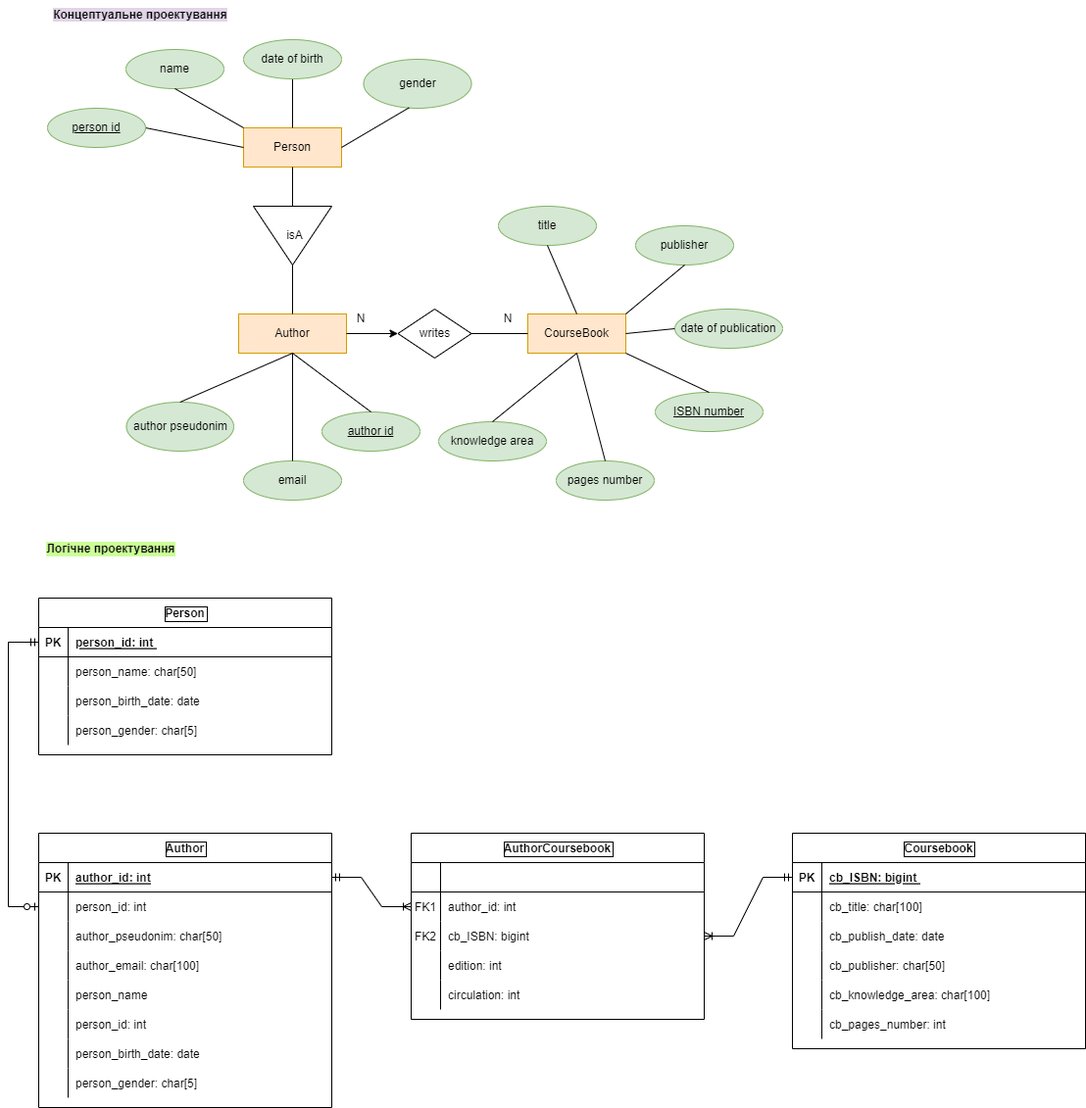
The draw.io diagram data_base/5_semester/lab_1/book_author.png in AnnaBozhenko/UniversityProjects, before a commit. Source tidied: cells renumbered, new cells last; positions are measured from the earlier drawing's top-left corner, leaving out a move shared by most shapes.
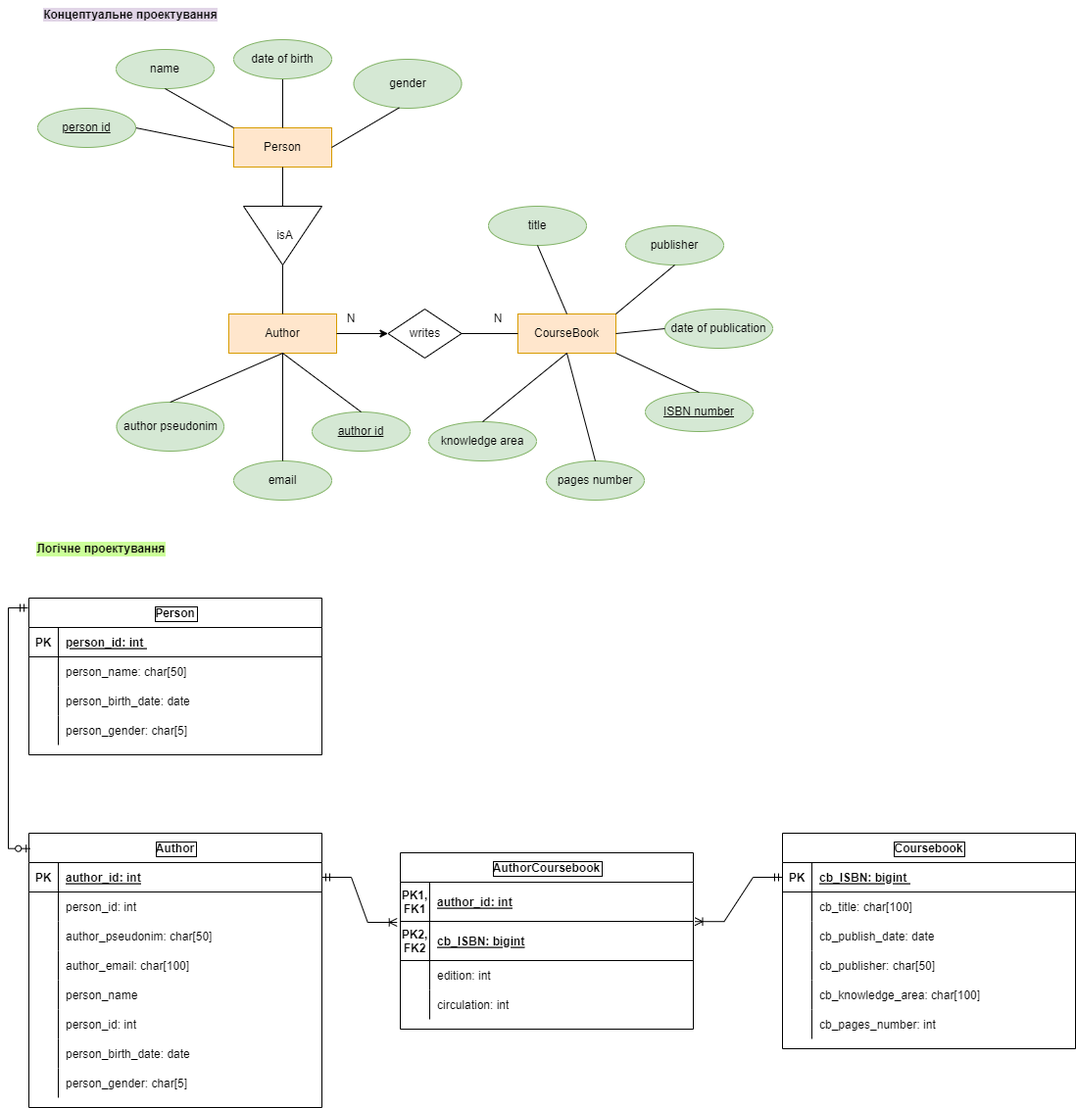
After the commit.

Commit message:
Logical Author_Coursebook design was altered, composite primary key added.

What changed in the source:
```diff
@@ -2,14 +2,6 @@
   <root>
     <mxCell id="0" />
     <mxCell id="1" parent="0" />
-    <mxCell id="2" style="edgeStyle=orthogonalEdgeStyle;fontSize=12;html=1;endArrow=ERzeroToOne;startArrow=ERmandOne;rounded=0;exitX=0;exitY=0.5;exitDx=0;exitDy=0;entryX=0;entryY=0.5;entryDx=0;entryDy=0;" parent="1" edge="1" source="23" target="43">
-      <mxGeometry relative="1" as="geometry">
-        <Array as="points">
-          <mxPoint y="655" />
-          <mxPoint y="925" />
-        </Array>
-      </mxGeometry>
-    </mxCell>
     <mxCell id="3" value="Person" style="whiteSpace=wrap;html=1;align=center;labelBackgroundColor=none;fillColor=#ffe6cc;strokeColor=#d79b00;" parent="1" vertex="1">
       <mxGeometry x="240" y="130" width="100" height="40" as="geometry" />
     </mxCell>
@@ -264,64 +256,16 @@
     <mxCell id="86" style="endArrow=none;html=1;rounded=0;exitX=0.5;exitY=1;exitDx=0;exitDy=0;entryX=0.5;entryY=0;entryDx=0;entryDy=0;" parent="1" edge="1" source="12" target="85">
       <mxGeometry relative="1" as="geometry" />
     </mxCell>
-    <mxCell id="87" value="AuthorCoursebook" style="shape=table;startSize=30;rowLines=0;fontStyle=1;align=center;labelBackgroundColor=none;labelBorderColor=default;" parent="1" vertex="1">
-      <mxGeometry x="411" y="850" width="299" height="190" as="geometry" />
-    </mxCell>
-    <mxCell id="88" style="shape=tableRow;horizontal=0;startSize=0;swimlaneHead=0;swimlaneBody=0;fillColor=none;top=0;left=0;right=0;bottom=1;labelBackgroundColor=none;" parent="87" vertex="1">
-      <mxGeometry y="30" width="299" height="30" as="geometry" />
-    </mxCell>
-    <mxCell id="89" style="shape=partialRectangle;fillColor=none;top=0;left=0;bottom=0;right=0;fontStyle=1;overflow=hidden;labelBackgroundColor=none;" parent="88" vertex="1">
-      <mxGeometry width="30" height="30" as="geometry" />
-    </mxCell>
-    <mxCell id="90" style="shape=partialRectangle;fillColor=none;top=0;left=0;bottom=0;right=0;align=left;spacingLeft=6;fontStyle=5;overflow=hidden;labelBackgroundColor=none;" parent="88" vertex="1">
-      <mxGeometry x="30" width="269" height="30" as="geometry" />
-    </mxCell>
-    <mxCell id="91" style="shape=tableRow;horizontal=0;startSize=0;swimlaneHead=0;swimlaneBody=0;fillColor=none;points=[[0,0.5],[1,0.5]];portConstraint=eastwest;top=0;left=0;right=0;bottom=0;labelBackgroundColor=#CCFF99;" parent="87" vertex="1">
-      <mxGeometry y="60" width="299" height="30" as="geometry" />
-    </mxCell>
-    <mxCell id="92" value="FK1" style="shape=partialRectangle;fillColor=none;top=0;left=0;bottom=0;right=0;overflow=hidden;labelBackgroundColor=none;" parent="91" vertex="1">
-      <mxGeometry width="30" height="30" as="geometry" />
-    </mxCell>
-    <mxCell id="93" value="author_id: int " style="shape=partialRectangle;fillColor=none;top=0;left=0;bottom=0;right=0;align=left;spacingLeft=6;overflow=hidden;labelBackgroundColor=none;" parent="91" vertex="1">
-      <mxGeometry x="30" width="269" height="30" as="geometry" />
-    </mxCell>
-    <mxCell id="94" style="shape=tableRow;horizontal=0;startSize=0;swimlaneHead=0;swimlaneBody=0;fillColor=none;points=[[0,0.5],[1,0.5]];portConstraint=eastwest;top=0;left=0;right=0;bottom=0;labelBackgroundColor=#CCFF99;" parent="87" vertex="1">
-      <mxGeometry y="90" width="299" height="30" as="geometry" />
-    </mxCell>
-    <mxCell id="95" value="FK2" style="shape=partialRectangle;fillColor=none;top=0;left=0;bottom=0;right=0;overflow=hidden;labelBackgroundColor=none;" parent="94" vertex="1">
-      <mxGeometry width="30" height="30" as="geometry" />
-    </mxCell>
-    <mxCell id="96" value="cb_ISBN: bigint " style="shape=partialRectangle;fillColor=none;top=0;left=0;bottom=0;right=0;align=left;spacingLeft=6;overflow=hidden;labelBackgroundColor=none;" parent="94" vertex="1">
-      <mxGeometry x="30" width="269" height="30" as="geometry" />
-    </mxCell>
-    <mxCell id="97" style="shape=tableRow;horizontal=0;startSize=0;swimlaneHead=0;swimlaneBody=0;fillColor=none;top=0;left=0;right=0;bottom=0;labelBackgroundColor=#CCFF99;" parent="87" vertex="1">
-      <mxGeometry y="120" width="299" height="30" as="geometry" />
-    </mxCell>
-    <mxCell id="98" style="shape=partialRectangle;fillColor=none;top=0;left=0;bottom=0;right=0;overflow=hidden;labelBackgroundColor=none;" parent="97" vertex="1">
-      <mxGeometry width="30" height="30" as="geometry" />
-    </mxCell>
-    <mxCell id="99" value="edition: int" style="shape=partialRectangle;fillColor=none;top=0;left=0;bottom=0;right=0;align=left;spacingLeft=6;overflow=hidden;labelBackgroundColor=none;" parent="97" vertex="1">
-      <mxGeometry x="30" width="269" height="30" as="geometry" />
-    </mxCell>
-    <mxCell id="100" style="shape=tableRow;horizontal=0;startSize=0;swimlaneHead=0;swimlaneBody=0;fillColor=none;top=0;left=0;right=0;bottom=0;labelBackgroundColor=#CCFF99;" parent="87" vertex="1">
-      <mxGeometry y="150" width="299" height="30" as="geometry" />
-    </mxCell>
-    <mxCell id="101" style="shape=partialRectangle;fillColor=none;top=0;left=0;bottom=0;right=0;overflow=hidden;labelBackgroundColor=none;" parent="100" vertex="1">
-      <mxGeometry width="30" height="30" as="geometry" />
-    </mxCell>
-    <mxCell id="102" value="circulation: int" style="shape=partialRectangle;fillColor=none;top=0;left=0;bottom=0;right=0;align=left;spacingLeft=6;overflow=hidden;labelBackgroundColor=none;" parent="100" vertex="1">
-      <mxGeometry x="30" width="269" height="30" as="geometry" />
-    </mxCell>
     <mxCell id="103" value="email" style="ellipse;whiteSpace=wrap;html=1;align=center;fillColor=#d5e8d4;strokeColor=#82b366;" parent="1" vertex="1">
       <mxGeometry x="240" y="470" width="100" height="40" as="geometry" />
     </mxCell>
     <mxCell id="104" style="endArrow=none;html=1;rounded=0;entryX=0.5;entryY=1;entryDx=0;entryDy=0;exitX=0.5;exitY=0;exitDx=0;exitDy=0;" parent="1" edge="1" source="103" target="12">
       <mxGeometry relative="1" as="geometry" />
     </mxCell>
-    <mxCell id="105" style="edgeStyle=entityRelationEdgeStyle;fontSize=12;html=1;endArrow=ERoneToMany;startArrow=ERmandOne;rounded=0;exitX=1;exitY=0.5;exitDx=0;exitDy=0;entryX=0;entryY=0.5;entryDx=0;entryDy=0;" parent="1" edge="1" source="40" target="91">
+    <mxCell id="105" style="edgeStyle=entityRelationEdgeStyle;fontSize=12;html=1;endArrow=ERoneToMany;startArrow=ERmandOne;rounded=0;exitX=1;exitY=0.5;exitDx=0;exitDy=0;entryX=-0.011;entryY=0.025;entryDx=0;entryDy=0;entryPerimeter=0;" parent="1" edge="1" source="40" target="120">
       <mxGeometry relative="1" as="geometry" />
     </mxCell>
-    <mxCell id="106" style="edgeStyle=entityRelationEdgeStyle;fontSize=12;html=1;endArrow=ERoneToMany;startArrow=ERmandOne;rounded=0;exitX=0;exitY=0.5;exitDx=0;exitDy=0;entryX=1;entryY=0.5;entryDx=0;entryDy=0;" parent="1" edge="1" source="65" target="94">
+    <mxCell id="106" style="edgeStyle=entityRelationEdgeStyle;fontSize=12;html=1;endArrow=ERoneToMany;startArrow=ERmandOne;rounded=0;exitX=0;exitY=0.5;exitDx=0;exitDy=0;entryX=1.005;entryY=0.005;entryDx=0;entryDy=0;entryPerimeter=0;" parent="1" edge="1" source="65" target="120">
       <mxGeometry relative="1" as="geometry" />
     </mxCell>
     <mxCell id="107" value="knowledge area" style="ellipse;whiteSpace=wrap;html=1;align=center;fillColor=#d5e8d4;strokeColor=#82b366;" parent="1" vertex="1">
@@ -359,5 +303,53 @@
     <mxCell id="117" style="endArrow=classic;html=1;rounded=0;exitX=1;exitY=0.5;exitDx=0;exitDy=0;entryX=0;entryY=0.5;entryDx=0;entryDy=0;" parent="1" edge="1" source="12" target="15">
       <mxGeometry relative="1" as="geometry" />
     </mxCell>
+    <mxCell id="87" value="AuthorCoursebook" style="shape=table;startSize=30;rowLines=0;fontStyle=1;align=center;labelBackgroundColor=none;labelBorderColor=default;" parent="1" vertex="1">
+      <mxGeometry x="410" y="870" width="299" height="180" as="geometry" />
+    </mxCell>
+    <mxCell id="118" style="shape=tableRow;horizontal=0;startSize=0;swimlaneHead=0;swimlaneBody=0;fillColor=none;top=0;left=0;right=0;bottom=1;labelBackgroundColor=none;" parent="87" vertex="1">
+      <mxGeometry y="30" width="299" height="40" as="geometry" />
+    </mxCell>
+    <mxCell id="119" value="PK1,&#10;FK1" style="shape=partialRectangle;fillColor=none;top=0;left=0;bottom=0;right=0;fontStyle=1;overflow=hidden;labelBackgroundColor=none;" parent="118" vertex="1">
+      <mxGeometry width="30" height="40" as="geometry" />
+    </mxCell>
+    <mxCell id="93" value="author_id: int" style="shape=partialRectangle;fillColor=none;top=0;left=0;bottom=0;right=0;align=left;spacingLeft=6;fontStyle=5;overflow=hidden;labelBackgroundColor=none;" parent="118" vertex="1">
+      <mxGeometry x="30" width="269" height="40" as="geometry" />
+    </mxCell>
+    <mxCell id="120" style="shape=tableRow;horizontal=0;startSize=0;swimlaneHead=0;swimlaneBody=0;fillColor=none;points=[[0,0.5],[1,0.5]];portConstraint=eastwest;top=0;left=0;right=0;bottom=1;labelBackgroundColor=none;" parent="87" vertex="1">
+      <mxGeometry y="70" width="299" height="40" as="geometry" />
+    </mxCell>
+    <mxCell id="121" value="PK2,&#10;FK2" style="shape=partialRectangle;fillColor=none;top=0;left=0;bottom=0;right=0;fontStyle=1;overflow=hidden;labelBackgroundColor=none;" parent="120" vertex="1">
+      <mxGeometry width="30" height="40" as="geometry" />
+    </mxCell>
+    <mxCell id="96" value="cb_ISBN: bigint" style="shape=partialRectangle;fillColor=none;top=0;left=0;bottom=0;right=0;align=left;spacingLeft=6;fontStyle=5;overflow=hidden;labelBackgroundColor=none;" parent="120" vertex="1">
+      <mxGeometry x="30" width="269" height="40" as="geometry" />
+    </mxCell>
+    <mxCell id="122" style="shape=tableRow;horizontal=0;startSize=0;swimlaneHead=0;swimlaneBody=0;fillColor=none;top=0;left=0;right=0;bottom=0;labelBackgroundColor=#CCFF99;" parent="87" vertex="1">
+      <mxGeometry y="110" width="299" height="30" as="geometry" />
+    </mxCell>
+    <mxCell id="123" style="shape=partialRectangle;fillColor=none;top=0;left=0;bottom=0;right=0;overflow=hidden;labelBackgroundColor=none;" parent="122" vertex="1">
+      <mxGeometry width="30" height="30" as="geometry" />
+    </mxCell>
+    <mxCell id="99" value="edition: int" style="shape=partialRectangle;fillColor=none;top=0;left=0;bottom=0;right=0;align=left;spacingLeft=6;overflow=hidden;labelBackgroundColor=none;" parent="122" vertex="1">
+      <mxGeometry x="30" width="269" height="30" as="geometry" />
+    </mxCell>
+    <mxCell id="124" style="shape=tableRow;horizontal=0;startSize=0;swimlaneHead=0;swimlaneBody=0;fillColor=none;top=0;left=0;right=0;bottom=0;labelBackgroundColor=#CCFF99;" parent="87" vertex="1">
+      <mxGeometry y="140" width="299" height="30" as="geometry" />
+    </mxCell>
+    <mxCell id="125" style="shape=partialRectangle;fillColor=none;top=0;left=0;bottom=0;right=0;overflow=hidden;labelBackgroundColor=none;" parent="124" vertex="1">
+      <mxGeometry width="30" height="30" as="geometry" />
+    </mxCell>
+    <mxCell id="102" value="circulation: int" style="shape=partialRectangle;fillColor=none;top=0;left=0;bottom=0;right=0;align=left;spacingLeft=6;overflow=hidden;labelBackgroundColor=none;" parent="124" vertex="1">
+      <mxGeometry x="30" width="269" height="30" as="geometry" />
+    </mxCell>
+    <mxCell id="126" style="edgeStyle=orthogonalEdgeStyle;fontSize=12;html=1;endArrow=ERzeroToOne;startArrow=ERmandOne;rounded=0;entryX=0.004;entryY=0.056;entryDx=0;entryDy=0;entryPerimeter=0;" parent="1" edge="1" target="39">
+      <mxGeometry relative="1" as="geometry">
+        <mxPoint x="30" y="620" as="sourcePoint" />
+        <Array as="points">
+          <mxPoint x="10" y="620" />
+          <mxPoint x="10" y="866" />
+        </Array>
+      </mxGeometry>
+    </mxCell>
   </root>
 </mxGraphModel>
```
